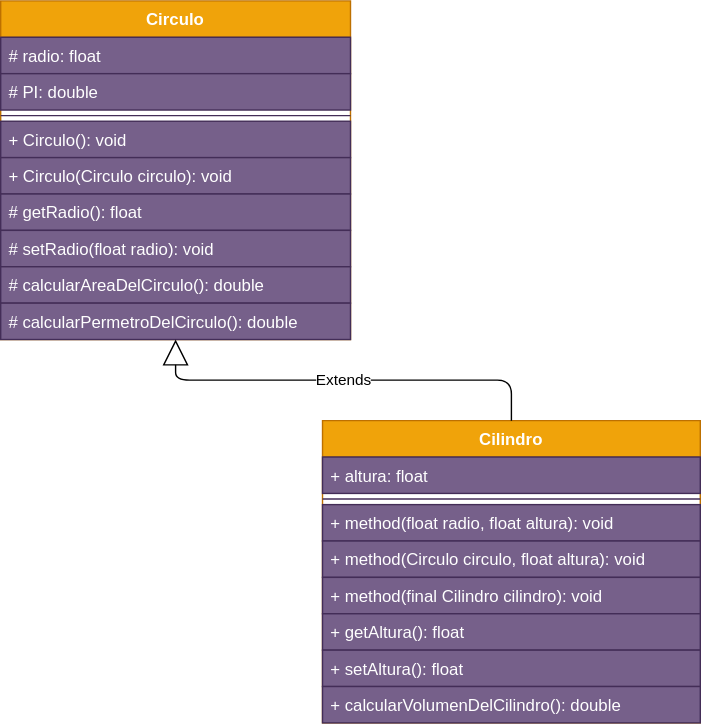
Before: Diagrama.drawio.svg, a diagram exported from draw.io (Raynou/Practica_3.1-3.2). Source tidied: cells renumbered, new cells last; positions are measured from the earlier drawing's top-left corner, leaving out a move shared by most shapes.
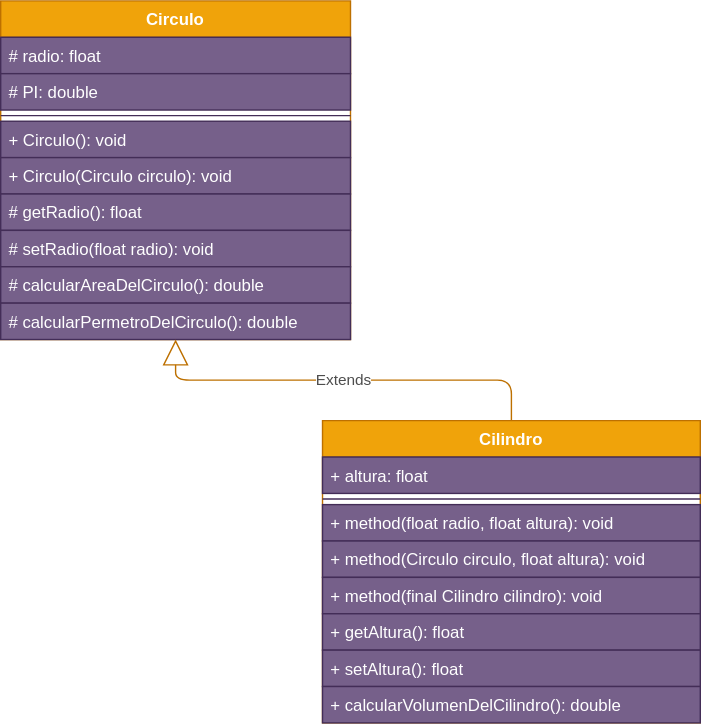
Above is the later version.

The edit, as a diff of the source:
```diff
@@ -59,7 +59,7 @@
     <mxCell id="20" value="+ calcularVolumenDelCilindro(): double" style="text;strokeColor=#432D57;fillColor=#76608a;align=left;verticalAlign=top;spacingLeft=4;spacingRight=4;overflow=hidden;fontColor=#ffffff;" parent="12" vertex="1">
       <mxGeometry y="190" width="270" height="26" as="geometry" />
     </mxCell>
-    <mxCell id="21" value="Extends" style="endArrow=block;endSize=16;endFill=0;html=1;entryX=0.5;entryY=1;entryDx=0;entryDy=0;exitX=0.5;exitY=0;exitDx=0;exitDy=0;edgeStyle=orthogonalEdgeStyle;" parent="1" edge="1" source="12" target="2">
+    <mxCell id="21" value="&lt;span style=&quot;background-color: rgb(255 , 255 , 255)&quot;&gt;&lt;font color=&quot;#4d4d4d&quot;&gt;Extends&lt;/font&gt;&lt;/span&gt;" style="endArrow=block;endSize=16;endFill=0;html=1;entryX=0.5;entryY=1;entryDx=0;entryDy=0;exitX=0.5;exitY=0;exitDx=0;exitDy=0;edgeStyle=orthogonalEdgeStyle;fillColor=#f0a30a;strokeColor=#BD7000;" parent="1" edge="1" source="12" target="2">
       <mxGeometry relative="1" as="geometry" />
     </mxCell>
   </root>
```
